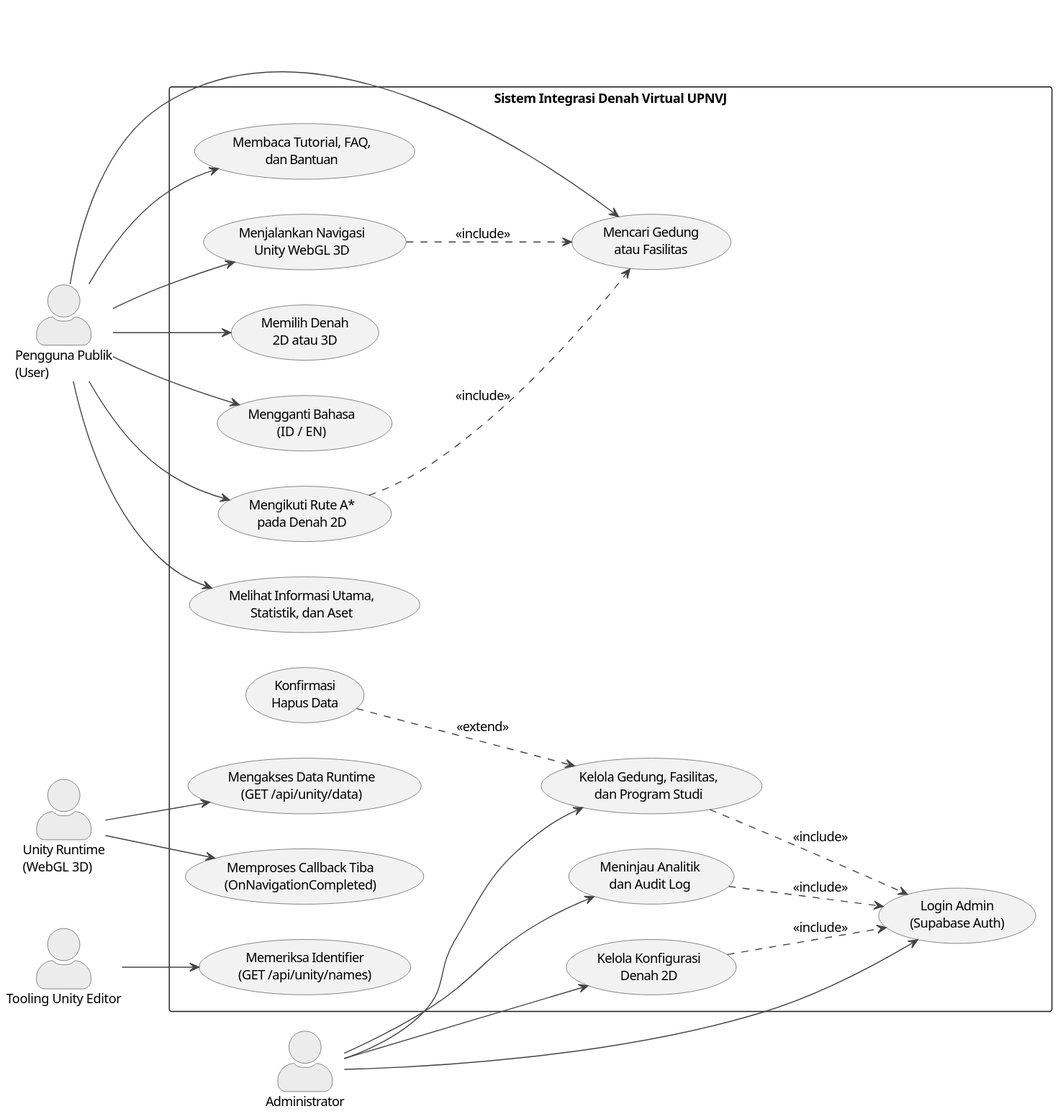
Above: diagrams/gambar-2-12-use-case-diagram.svg in Jokskuyy/workflow-ta-proyek (PlantUML), before the change.
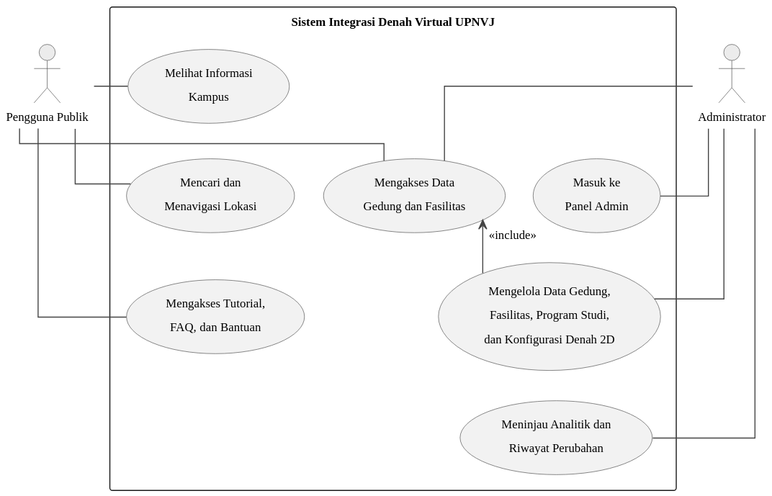
After the commit.

The edit, as a diff of the source:
```diff
@@ -2,10 +2,13 @@
 
 skinparam backgroundColor #FFFFFF
 skinparam shadowing false
-skinparam defaultFontName "Segoe UI"
-skinparam defaultFontSize 13
+skinparam defaultFontName "Times New Roman"
+skinparam defaultFontSize 12
 skinparam ArrowColor #444444
-skinparam actorStyle awesome
+skinparam linetype ortho
+skinparam nodesep 28
+skinparam ranksep 30
+skinparam Padding 5
 skinparam usecase {
   BackgroundColor #F2F2F2
   BorderColor #555555
@@ -16,55 +19,43 @@
   BorderColor #555555
 }
 
+top to bottom direction
 
-left to right direction
-
-actor "Pengguna Publik\n(User)" as User
 actor "Administrator" as Admin
-actor "Unity Runtime\n(WebGL 3D)" as UnityRuntime
-actor "Tooling Unity Editor" as UnityEditor
 
 rectangle "Sistem Integrasi Denah Virtual UPNVJ" {
-  usecase "Melihat Informasi Utama,\nStatistik, dan Aset" as UC1
-  usecase "Mencari Gedung\natau Fasilitas" as UC2
-  usecase "Membaca Tutorial, FAQ,\ndan Bantuan" as UC3
-  usecase "Memilih Denah\n2D atau 3D" as UC4
-  usecase "Mengikuti Rute A*\npada Denah 2D" as UC5
-  usecase "Menjalankan Navigasi\nUnity WebGL 3D" as UC6
-  usecase "Mengganti Bahasa\n(ID / EN)" as UC7
+  usecase "Melihat Informasi\nKampus" as UC1
+  usecase "Mencari dan\nMenavigasi Lokasi" as UC2
+  usecase "Mengakses Tutorial,\nFAQ, dan Bantuan" as UC3
 
-  usecase "Login Admin\n(Supabase Auth)" as UC8
-  usecase "Kelola Gedung, Fasilitas,\ndan Program Studi" as UC9
-  usecase "Kelola Konfigurasi\nDenah 2D" as UC10
-  usecase "Meninjau Analitik\ndan Audit Log" as UC11
-  usecase "Konfirmasi\nHapus Data" as UC12
+  usecase "Mengakses Data\nGedung dan Fasilitas" as UCData
 
-  usecase "Mengakses Data Runtime\n(GET /api/unity/data)" as UC13
-  usecase "Memeriksa Identifier\n(GET /api/unity/names)" as UC14
-  usecase "Memproses Callback Tiba\n(OnNavigationCompleted)" as UC15
+  usecase "Masuk ke\nPanel Admin" as UC4
+  usecase "Mengelola Data Gedung,\nFasilitas, Program Studi,\ndan Konfigurasi Denah 2D" as UC5
+  usecase "Meninjau Analitik dan\nRiwayat Perubahan" as UC6
+
+  UC1 -[hidden]down- UC2
+  UC2 -[hidden]down- UC3
+  UC2 -[hidden]right- UCData
+  UCData -[hidden]right- UC5
+  UC4 -[hidden]down- UC5
+  UC5 -[hidden]down- UC6
 }
 
-User --> UC1
-User --> UC2
-User --> UC3
-User --> UC4
-User --> UC5
-User --> UC6
-User --> UC7
+actor "Pengguna Publik" as User
 
-Admin --> UC8
-Admin --> UC9
-Admin --> UC10
-Admin --> UC11
+User -[hidden]left- UC2
+UC5 -[hidden]left- Admin
 
-UC5 ..> UC2 : <<include>>
-UC6 ..> UC2 : <<include>>
-UC9 ..> UC8 : <<include>>
-UC10 ..> UC8 : <<include>>
-UC11 ..> UC8 : <<include>>
-UC12 ..> UC9 : <<extend>>
+User -- UC1
+User -- UC2
+User -- UC3
+User -- UCData
 
-UnityRuntime --> UC13
-UnityRuntime --> UC15
-UnityEditor --> UC14
+Admin -- UCData
+Admin -- UC4
+Admin -- UC5
+Admin -- UC6
+
+UC5 --> UCData : <<include>>
 @enduml
```
